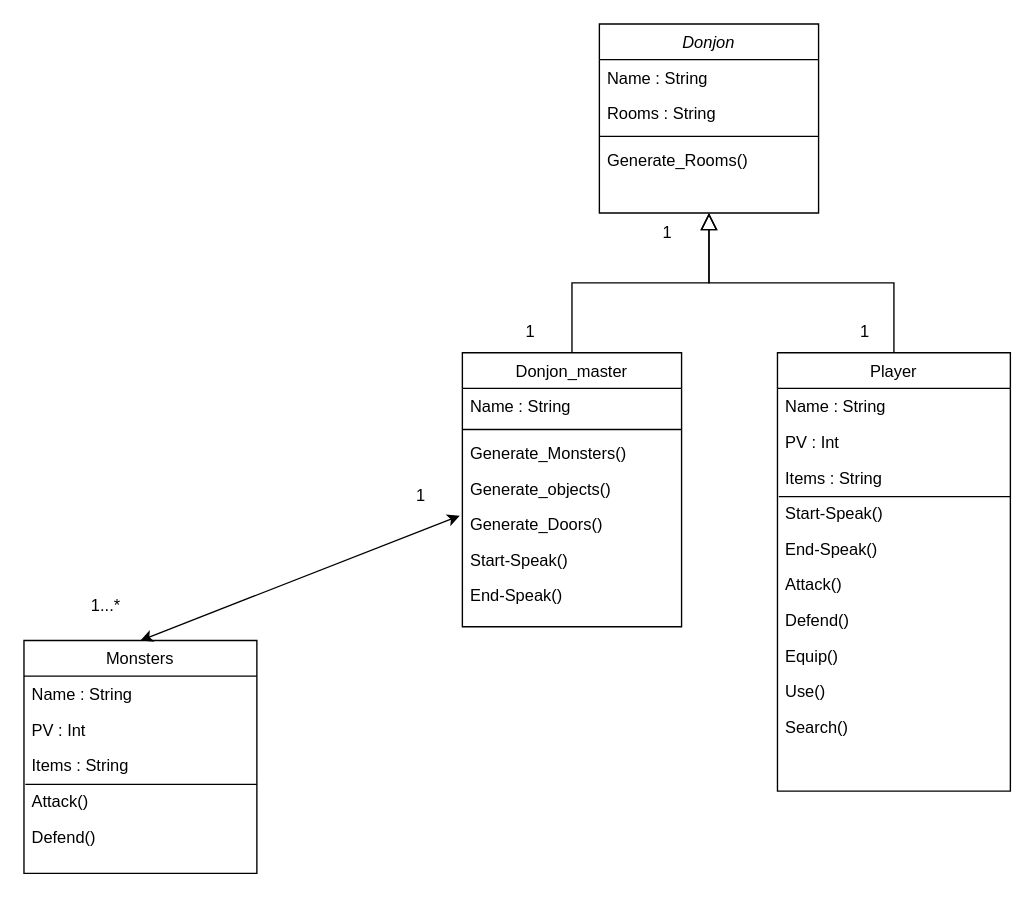
This is Diagramme de classe.drawio from Longuevville/DonjonQuest, a draw.io file, before an edit. Source tidied: cells renumbered, new cells numbered last; positions are measured from the earlier drawing's top-left corner, leaving out a move shared by most shapes. Both pictures are drawn from the tidied source at 137%, with x=0, y=0 at pixel (23, 23).
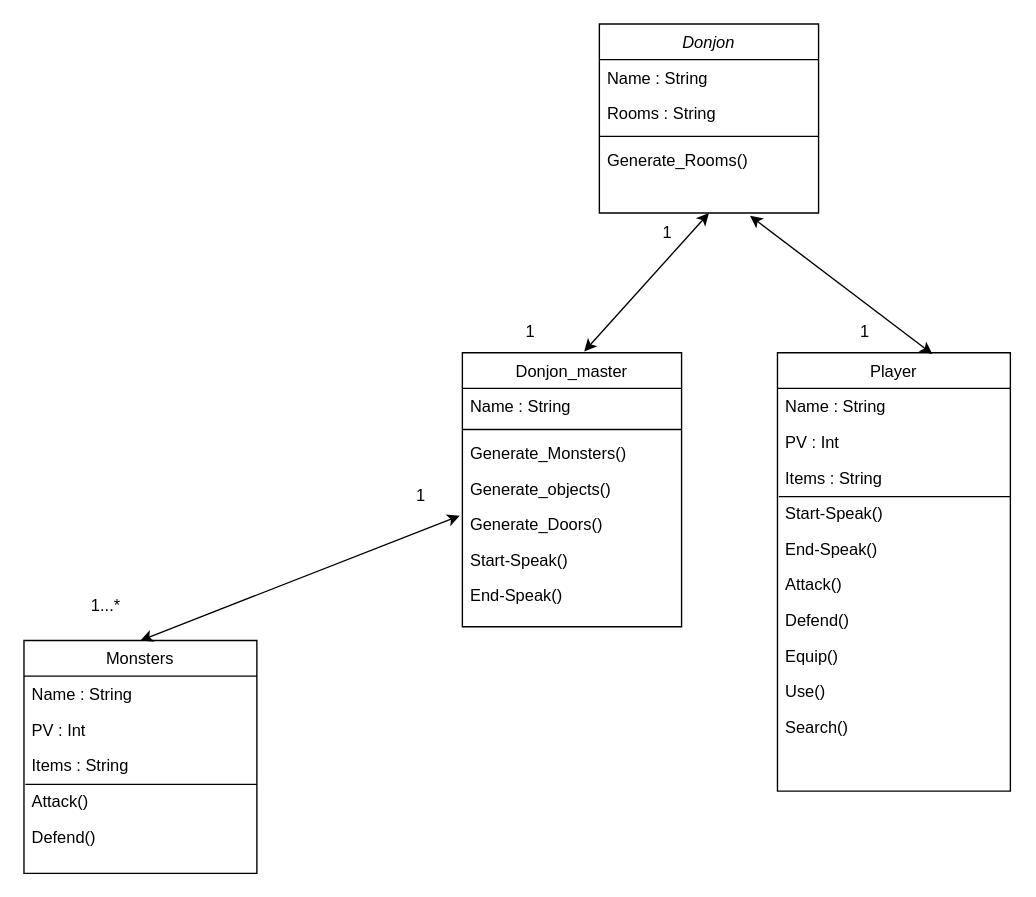
Above is the later version.

Unchanged cells that the change refers to:
```xml
<mxCell id="2" value="Donjon" style="swimlane;fontStyle=2;align=center;verticalAlign=top;horizontal=1;startSize=26;rounded=0;shadow=0;strokeWidth=1;" parent="1" vertex="1">
  <mxGeometry x="420" width="160" height="138" as="geometry" />
</mxCell>
<mxCell id="7" value="Donjon_master" style="swimlane;fontStyle=0;align=center;verticalAlign=top;horizontal=1;startSize=26;rounded=0;shadow=0;strokeWidth=1;" parent="1" vertex="1">
  <mxGeometry x="320" y="240" width="160" height="200" as="geometry" />
</mxCell>
<mxCell id="16" value="Player" style="swimlane;fontStyle=0;align=center;verticalAlign=top;horizontal=1;startSize=26;rounded=0;shadow=0;strokeWidth=1;" parent="1" vertex="1">
  <mxGeometry x="550" y="240" width="170" height="320" as="geometry" />
</mxCell>
```

Diff of the diagram source:
```diff
@@
-    <mxCell id="15" style="endArrow=block;endSize=10;endFill=0;shadow=0;strokeWidth=1;rounded=0;edgeStyle=elbowEdgeStyle;elbow=vertical;" parent="1" edge="1" source="7" target="2">
-      <mxGeometry relative="1" as="geometry" />
-    </mxCell>
@@
-    <mxCell id="28" style="endArrow=block;endSize=10;endFill=0;shadow=0;strokeWidth=1;rounded=0;edgeStyle=elbowEdgeStyle;elbow=vertical;" parent="1" edge="1" source="16" target="2">
-      <mxGeometry relative="1" as="geometry" />
-    </mxCell>
@@
+    <mxCell id="15" style="endArrow=classic;startArrow=classic;html=1;rounded=0;exitX=0.556;exitY=-0.005;exitDx=0;exitDy=0;exitPerimeter=0;entryX=0.5;entryY=1;entryDx=0;entryDy=0;" parent="1" edge="1" source="7" target="2">
+      <mxGeometry relative="1" as="geometry" />
+    </mxCell>
+    <mxCell id="42" style="endArrow=classic;startArrow=classic;html=1;rounded=0;exitX=0.665;exitY=0.003;exitDx=0;exitDy=0;exitPerimeter=0;" parent="1" edge="1" source="16">
+      <mxGeometry relative="1" as="geometry">
+        <mxPoint x="530" y="140" as="targetPoint" />
+      </mxGeometry>
+    </mxCell>
```
